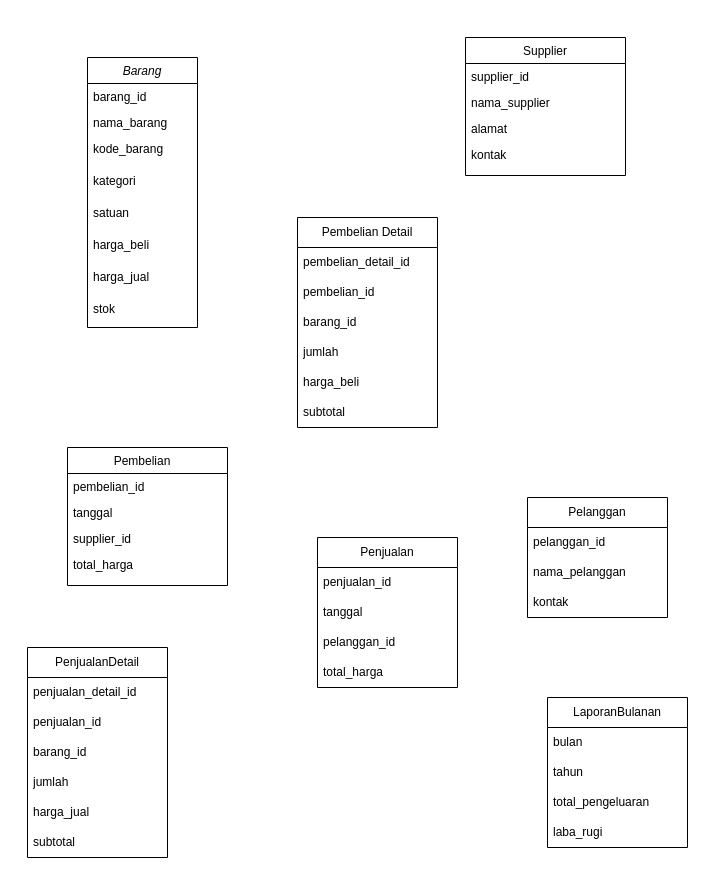
Above: page "Tabel" (1 of 2) of TokoKlontong.drawio in ErnestGDeo/Toko-Klontong (draw.io), before the change. Source tidied: cells renumbered, new cells numbered last; positions are measured from the earlier drawing's top-left corner, leaving out a move shared by most shapes. Both pictures are drawn from the tidied source at 100%, with x=0, y=0 at pixel (27, 37).
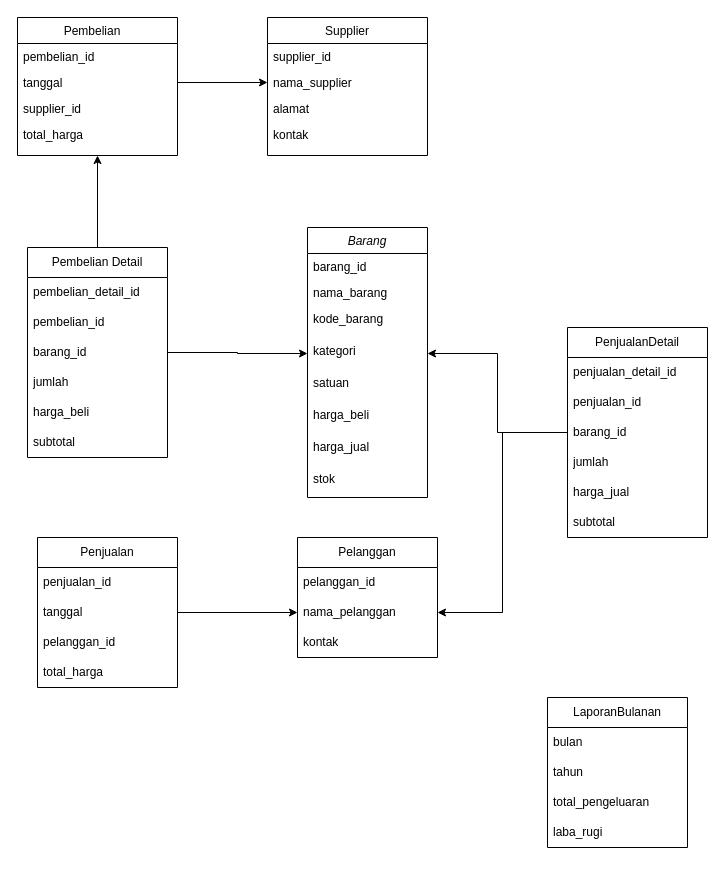
Above is the later version.

Unchanged cells that the change refers to:
```xml
<mxCell id="13" value="tanggal" style="text;align=left;verticalAlign=top;spacingLeft=4;spacingRight=4;overflow=hidden;points=[[0,0.5],[1,0.5]];portConstraint=eastwest;" parent="11" vertex="1">
  <mxGeometry y="52" width="160" height="26" as="geometry" />
</mxCell>
<mxCell id="18" value="nama_supplier" style="text;align=left;verticalAlign=top;spacingLeft=4;spacingRight=4;overflow=hidden;points=[[0,0.5],[1,0.5]];portConstraint=eastwest;rounded=0;shadow=0;html=0;" parent="16" vertex="1">
  <mxGeometry y="52" width="160" height="26" as="geometry" />
</mxCell>
<mxCell id="24" value="barang_id" style="text;strokeColor=none;fillColor=none;align=left;verticalAlign=middle;spacingLeft=4;spacingRight=4;overflow=hidden;points=[[0,0.5],[1,0.5]];portConstraint=eastwest;whiteSpace=wrap;html=1;" parent="21" vertex="1">
  <mxGeometry y="90" width="140" height="30" as="geometry" />
</mxCell>
<mxCell id="30" value="tanggal" style="text;strokeColor=none;fillColor=none;align=left;verticalAlign=middle;spacingLeft=4;spacingRight=4;overflow=hidden;points=[[0,0.5],[1,0.5]];portConstraint=eastwest;whiteSpace=wrap;html=1;" parent="28" vertex="1">
  <mxGeometry y="60" width="140" height="30" as="geometry" />
</mxCell>
<mxCell id="35" value="nama_pelanggan" style="text;strokeColor=none;fillColor=none;align=left;verticalAlign=middle;spacingLeft=4;spacingRight=4;overflow=hidden;points=[[0,0.5],[1,0.5]];portConstraint=eastwest;whiteSpace=wrap;html=1;" parent="33" vertex="1">
  <mxGeometry y="60" width="140" height="30" as="geometry" />
</mxCell>
<mxCell id="40" value="barang_id" style="text;strokeColor=none;fillColor=none;align=left;verticalAlign=middle;spacingLeft=4;spacingRight=4;overflow=hidden;points=[[0,0.5],[1,0.5]];portConstraint=eastwest;whiteSpace=wrap;html=1;" parent="37" vertex="1">
  <mxGeometry y="90" width="140" height="30" as="geometry" />
</mxCell>
```

The edit, as a diff of the source:
```diff
@@
     <mxCell id="2" value="Barang" style="swimlane;fontStyle=2;align=center;verticalAlign=top;horizontal=1;startSize=26;rounded=0;shadow=0;strokeWidth=1;" parent="1" vertex="1">
-      <mxGeometry x="60" y="20" width="110" height="270" as="geometry" />
+      <mxGeometry x="280" y="190" width="120" height="270" as="geometry" />
     </mxCell>
     <mxCell id="3" value="barang_id" style="text;align=left;verticalAlign=top;spacingLeft=4;spacingRight=4;overflow=hidden;" parent="2" vertex="1">
-      <mxGeometry y="26" width="110" height="26" as="geometry" />
+      <mxGeometry y="26" width="120" height="26" as="geometry" />
     </mxCell>
     <mxCell id="4" value="nama_barang" style="text;align=left;verticalAlign=top;spacingLeft=4;spacingRight=4;overflow=hidden;rounded=0;shadow=0;html=0;" parent="2" vertex="1">
-      <mxGeometry y="52" width="110" height="26" as="geometry" />
+      <mxGeometry y="52" width="120" height="26" as="geometry" />
     </mxCell>
     <mxCell id="5" value="kode_barang" style="text;align=left;verticalAlign=top;spacingLeft=4;spacingRight=4;overflow=hidden;rounded=0;shadow=0;html=0;" parent="2" vertex="1">
-      <mxGeometry y="78" width="110" height="32" as="geometry" />
+      <mxGeometry y="78" width="120" height="32" as="geometry" />
     </mxCell>
     <mxCell id="6" value="kategori" style="text;align=left;verticalAlign=top;spacingLeft=4;spacingRight=4;overflow=hidden;points=[[0,0.5],[1,0.5]];portConstraint=eastwest;rounded=0;shadow=0;html=0;" parent="2" vertex="1">
-      <mxGeometry y="110" width="110" height="32" as="geometry" />
+      <mxGeometry y="110" width="120" height="32" as="geometry" />
     </mxCell>
     <mxCell id="7" value="satuan" style="text;align=left;verticalAlign=top;spacingLeft=4;spacingRight=4;overflow=hidden;rounded=0;shadow=0;html=0;" parent="2" vertex="1">
-      <mxGeometry y="142" width="110" height="32" as="geometry" />
+      <mxGeometry y="142" width="120" height="32" as="geometry" />
     </mxCell>
     <mxCell id="8" value="harga_beli" style="text;align=left;verticalAlign=top;spacingLeft=4;spacingRight=4;overflow=hidden;rounded=0;shadow=0;html=0;" parent="2" vertex="1">
-      <mxGeometry y="174" width="110" height="32" as="geometry" />
+      <mxGeometry y="174" width="120" height="32" as="geometry" />
     </mxCell>
     <mxCell id="9" value="harga_jual" style="text;align=left;verticalAlign=top;spacingLeft=4;spacingRight=4;overflow=hidden;rounded=0;shadow=0;html=0;" parent="2" vertex="1">
-      <mxGeometry y="206" width="110" height="32" as="geometry" />
+      <mxGeometry y="206" width="120" height="32" as="geometry" />
     </mxCell>
     <mxCell id="10" value="stok" style="text;align=left;verticalAlign=top;spacingLeft=4;spacingRight=4;overflow=hidden;rounded=0;shadow=0;html=0;" parent="2" vertex="1">
-      <mxGeometry y="238" width="110" height="32" as="geometry" />
+      <mxGeometry y="238" width="120" height="32" as="geometry" />
     </mxCell>
     <mxCell id="11" value="Pembelian   " style="swimlane;fontStyle=0;align=center;verticalAlign=top;horizontal=1;startSize=26;rounded=0;shadow=0;strokeWidth=1;" parent="1" vertex="1">
-      <mxGeometry x="40" y="410" width="160" height="138" as="geometry" />
+      <mxGeometry x="-10" y="-20" width="160" height="138" as="geometry" />
     </mxCell>
@@
     <mxCell id="16" value="Supplier" style="swimlane;fontStyle=0;align=center;verticalAlign=top;horizontal=1;startSize=26;rounded=0;shadow=0;strokeWidth=1;" parent="1" vertex="1">
-      <mxGeometry x="438" width="160" height="138" as="geometry" />
+      <mxGeometry x="240" y="-20" width="160" height="138" as="geometry" />
     </mxCell>
@@
+    <mxCell id="49" style="edgeStyle=orthogonalEdgeStyle;rounded=0;jettySize=auto;html=1;entryX=0.5;entryY=1;entryDx=0;entryDy=0;" parent="1" edge="1" source="21" target="11">
+      <mxGeometry relative="1" as="geometry" />
+    </mxCell>
     <mxCell id="21" value="Pembelian Detail" style="swimlane;fontStyle=0;horizontal=1;startSize=30;whiteSpace=wrap;html=1;" parent="1" vertex="1">
-      <mxGeometry x="270" y="180" width="140" height="210" as="geometry" />
+      <mxGeometry y="210" width="140" height="210" as="geometry" />
     </mxCell>
@@
     <mxCell id="28" value="Penjualan" style="swimlane;fontStyle=0;horizontal=1;startSize=30;whiteSpace=wrap;html=1;" parent="1" vertex="1">
-      <mxGeometry x="290" y="500" width="140" height="150" as="geometry" />
+      <mxGeometry x="10" y="500" width="140" height="150" as="geometry" />
     </mxCell>
@@
     <mxCell id="33" value="Pelanggan" style="swimlane;fontStyle=0;horizontal=1;startSize=30;whiteSpace=wrap;html=1;" parent="1" vertex="1">
-      <mxGeometry x="500" y="460" width="140" height="120" as="geometry" />
+      <mxGeometry x="270" y="500" width="140" height="120" as="geometry" />
     </mxCell>
@@
+    <mxCell id="50" style="edgeStyle=orthogonalEdgeStyle;rounded=0;jettySize=auto;html=1;entryX=1;entryY=0.5;entryDx=0;entryDy=0;" parent="1" edge="1" source="37" target="6">
+      <mxGeometry relative="1" as="geometry" />
+    </mxCell>
     <mxCell id="37" value="PenjualanDetail" style="swimlane;fontStyle=0;horizontal=1;startSize=30;whiteSpace=wrap;html=1;" parent="1" vertex="1">
-      <mxGeometry y="610" width="140" height="210" as="geometry" />
+      <mxGeometry x="540" y="290" width="140" height="210" as="geometry" />
     </mxCell>
@@
+    <mxCell id="51" style="edgeStyle=orthogonalEdgeStyle;rounded=0;jettySize=auto;html=1;entryX=0;entryY=0.5;entryDx=0;entryDy=0;" parent="1" edge="1" source="13" target="18">
+      <mxGeometry relative="1" as="geometry" />
+    </mxCell>
+    <mxCell id="52" style="edgeStyle=orthogonalEdgeStyle;rounded=0;jettySize=auto;html=1;entryX=0;entryY=0.5;entryDx=0;entryDy=0;" parent="1" edge="1" source="24" target="6">
+      <mxGeometry relative="1" as="geometry" />
+    </mxCell>
+    <mxCell id="53" style="edgeStyle=orthogonalEdgeStyle;rounded=0;jettySize=auto;html=1;entryX=0;entryY=0.5;entryDx=0;entryDy=0;" parent="1" edge="1" source="30" target="35">
+      <mxGeometry relative="1" as="geometry" />
+    </mxCell>
+    <mxCell id="54" style="edgeStyle=orthogonalEdgeStyle;rounded=0;jettySize=auto;html=1;" parent="1" edge="1" source="40" target="35">
+      <mxGeometry relative="1" as="geometry" />
+    </mxCell>
```
